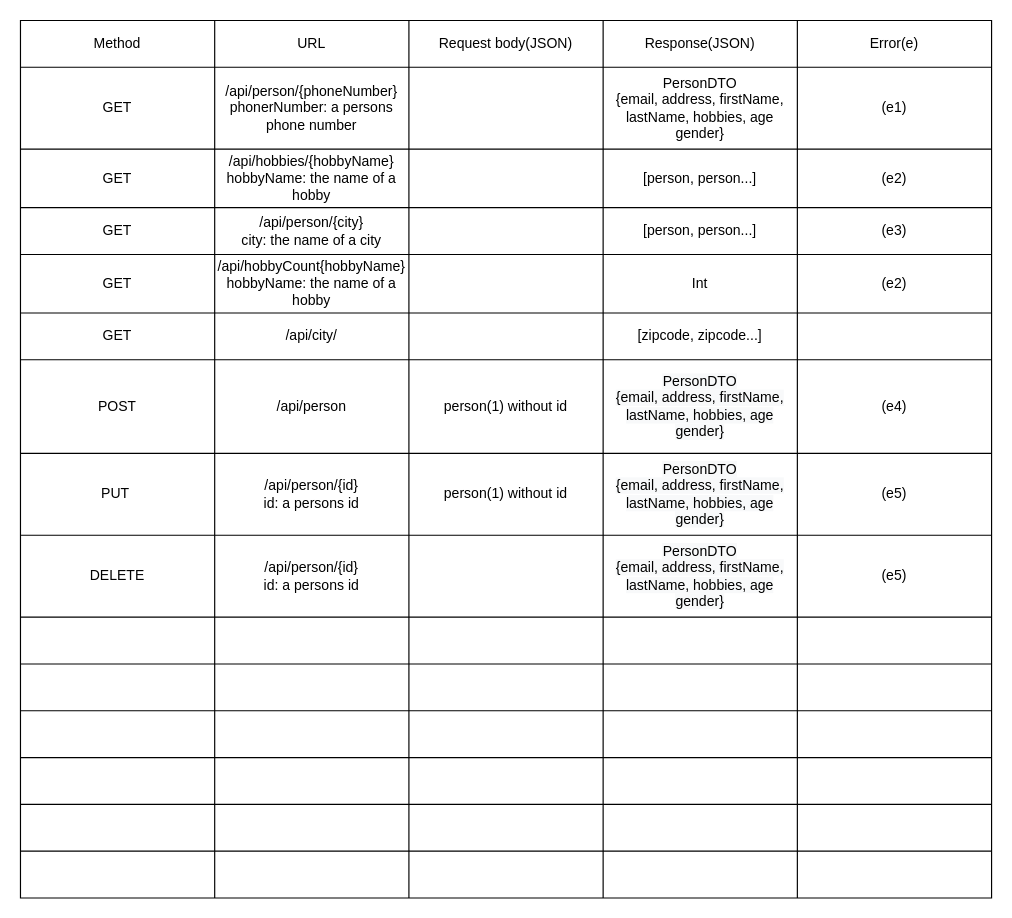
Above: src/main/resources/API-documentation.drawio in nk11-dat/CA-1 (draw.io), before the change. Source tidied: cells renumbered, new cells numbered last; positions are measured from the earlier drawing's top-left corner, leaving out a move shared by most shapes. Both pictures are drawn from the tidied source at 117%, with x=0, y=0 at pixel (20, 20).
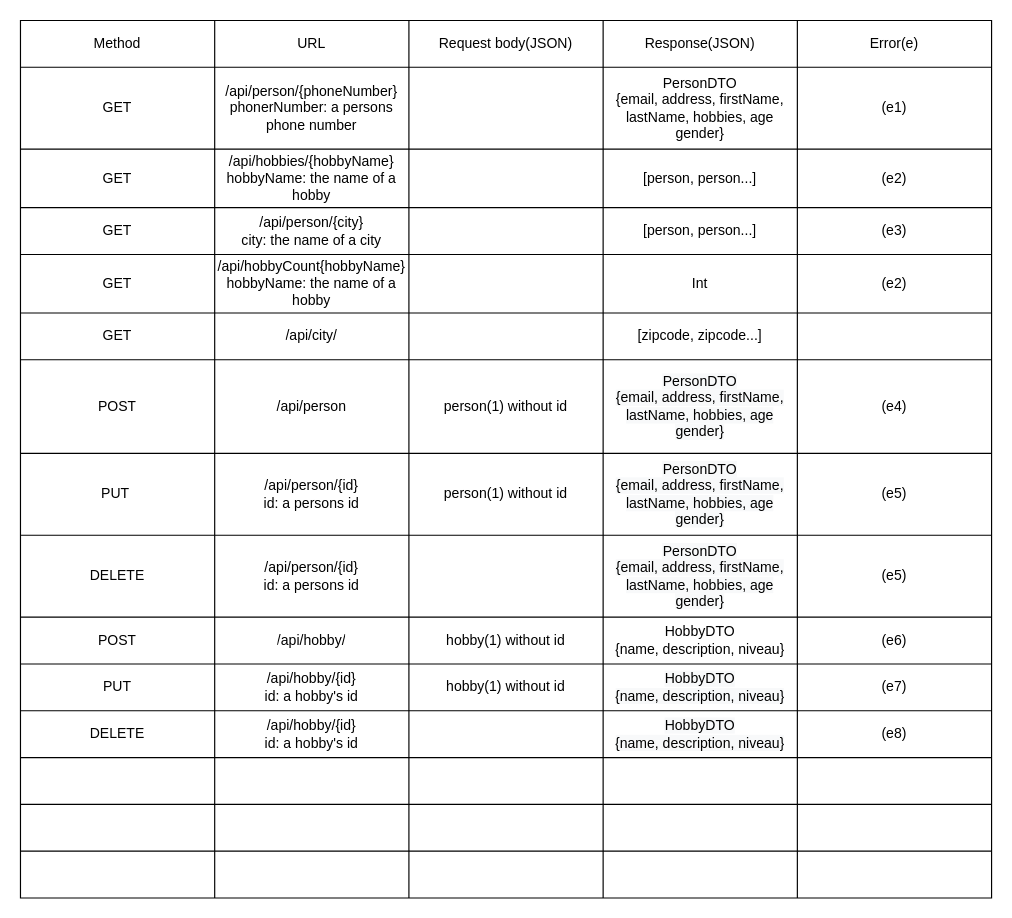
After the change.

Unchanged cells that the change refers to:
```xml
<mxCell id="57" style="shape=tableRow;horizontal=0;startSize=0;swimlaneHead=0;swimlaneBody=0;top=0;left=0;bottom=0;right=0;fillColor=none;" parent="2" vertex="1">
  <mxGeometry y="510" width="830" height="40" as="geometry" />
</mxCell>
<mxCell id="63" style="shape=tableRow;horizontal=0;startSize=0;swimlaneHead=0;swimlaneBody=0;top=0;left=0;bottom=0;right=0;fillColor=none;" parent="2" vertex="1">
  <mxGeometry y="550" width="830" height="40" as="geometry" />
</mxCell>
<mxCell id="69" style="shape=tableRow;horizontal=0;startSize=0;swimlaneHead=0;swimlaneBody=0;top=0;left=0;bottom=0;right=0;fillColor=none;" parent="2" vertex="1">
  <mxGeometry y="590" width="830" height="40" as="geometry" />
</mxCell>
```

Diff of the diagram source:
```diff
@@
-    <mxCell id="58" style="shape=partialRectangle;html=1;whiteSpace=wrap;overflow=hidden;fillColor=none;top=0;left=0;bottom=0;right=0;" parent="57" vertex="1">
+    <mxCell id="58" value="POST" style="shape=partialRectangle;html=1;whiteSpace=wrap;overflow=hidden;fillColor=none;top=0;left=0;bottom=0;right=0;" parent="57" vertex="1">
       <mxGeometry width="166" height="40" as="geometry" />
     </mxCell>
-    <mxCell id="59" style="shape=partialRectangle;html=1;whiteSpace=wrap;overflow=hidden;fillColor=none;top=0;left=0;bottom=0;right=0;" parent="57" vertex="1">
+    <mxCell id="59" value="/api/hobby/" style="shape=partialRectangle;html=1;whiteSpace=wrap;overflow=hidden;fillColor=none;top=0;left=0;bottom=0;right=0;" parent="57" vertex="1">
       <mxGeometry x="166" width="166" height="40" as="geometry" />
     </mxCell>
-    <mxCell id="60" style="shape=partialRectangle;html=1;whiteSpace=wrap;overflow=hidden;fillColor=none;top=0;left=0;bottom=0;right=0;" parent="57" vertex="1">
+    <mxCell id="60" value="hobby(1) without id" style="shape=partialRectangle;html=1;whiteSpace=wrap;overflow=hidden;fillColor=none;top=0;left=0;bottom=0;right=0;" parent="57" vertex="1">
       <mxGeometry x="332" width="166" height="40" as="geometry" />
     </mxCell>
-    <mxCell id="61" style="shape=partialRectangle;html=1;whiteSpace=wrap;overflow=hidden;fillColor=none;top=0;left=0;bottom=0;right=0;" parent="57" vertex="1">
+    <mxCell id="61" value="HobbyDTO&lt;br&gt;{name, description, niveau}" style="shape=partialRectangle;html=1;whiteSpace=wrap;overflow=hidden;fillColor=none;top=0;left=0;bottom=0;right=0;" parent="57" vertex="1">
       <mxGeometry x="498" width="166" height="40" as="geometry" />
     </mxCell>
-    <mxCell id="62" style="shape=partialRectangle;html=1;whiteSpace=wrap;overflow=hidden;fillColor=none;top=0;left=0;bottom=0;right=0;" parent="57" vertex="1">
+    <mxCell id="62" value="(e6)" style="shape=partialRectangle;html=1;whiteSpace=wrap;overflow=hidden;fillColor=none;top=0;left=0;bottom=0;right=0;" parent="57" vertex="1">
       <mxGeometry x="664" width="166" height="40" as="geometry" />
     </mxCell>
@@
-    <mxCell id="64" style="shape=partialRectangle;html=1;whiteSpace=wrap;overflow=hidden;fillColor=none;top=0;left=0;bottom=0;right=0;" parent="63" vertex="1">
+    <mxCell id="64" value="PUT" style="shape=partialRectangle;html=1;whiteSpace=wrap;overflow=hidden;fillColor=none;top=0;left=0;bottom=0;right=0;" parent="63" vertex="1">
       <mxGeometry width="166" height="40" as="geometry" />
     </mxCell>
-    <mxCell id="65" style="shape=partialRectangle;html=1;whiteSpace=wrap;overflow=hidden;fillColor=none;top=0;left=0;bottom=0;right=0;" parent="63" vertex="1">
+    <mxCell id="65" value="/api/hobby/{id}&lt;br&gt;id: a hobby's id" style="shape=partialRectangle;html=1;whiteSpace=wrap;overflow=hidden;fillColor=none;top=0;left=0;bottom=0;right=0;" parent="63" vertex="1">
       <mxGeometry x="166" width="166" height="40" as="geometry" />
     </mxCell>
-    <mxCell id="66" style="shape=partialRectangle;html=1;whiteSpace=wrap;overflow=hidden;fillColor=none;top=0;left=0;bottom=0;right=0;" parent="63" vertex="1">
+    <mxCell id="66" value="hobby(1) without id" style="shape=partialRectangle;html=1;whiteSpace=wrap;overflow=hidden;fillColor=none;top=0;left=0;bottom=0;right=0;" parent="63" vertex="1">
       <mxGeometry x="332" width="166" height="40" as="geometry" />
     </mxCell>
-    <mxCell id="67" style="shape=partialRectangle;html=1;whiteSpace=wrap;overflow=hidden;fillColor=none;top=0;left=0;bottom=0;right=0;" parent="63" vertex="1">
+    <mxCell id="67" value="&lt;span style=&quot;color: rgb(0, 0, 0); font-family: Helvetica; font-size: 12px; font-style: normal; font-variant-ligatures: normal; font-variant-caps: normal; font-weight: 400; letter-spacing: normal; orphans: 2; text-align: center; text-indent: 0px; text-transform: none; widows: 2; word-spacing: 0px; -webkit-text-stroke-width: 0px; background-color: rgb(248, 249, 250); text-decoration-thickness: initial; text-decoration-style: initial; text-decoration-color: initial; float: none; display: inline !important;&quot;&gt;HobbyDTO&lt;/span&gt;&lt;br style=&quot;color: rgb(0, 0, 0); font-family: Helvetica; font-size: 12px; font-style: normal; font-variant-ligatures: normal; font-variant-caps: normal; font-weight: 400; letter-spacing: normal; orphans: 2; text-align: center; text-indent: 0px; text-transform: none; widows: 2; word-spacing: 0px; -webkit-text-stroke-width: 0px; background-color: rgb(248, 249, 250); text-decoration-thickness: initial; text-decoration-style: initial; text-decoration-color: initial;&quot;&gt;&lt;span style=&quot;color: rgb(0, 0, 0); font-family: Helvetica; font-size: 12px; font-style: normal; font-variant-ligatures: normal; font-variant-caps: normal; font-weight: 400; letter-spacing: normal; orphans: 2; text-align: center; text-indent: 0px; text-transform: none; widows: 2; word-spacing: 0px; -webkit-text-stroke-width: 0px; background-color: rgb(248, 249, 250); text-decoration-thickness: initial; text-decoration-style: initial; text-decoration-color: initial; float: none; display: inline !important;&quot;&gt;{name, description, niveau}&lt;/span&gt;" style="shape=partialRectangle;html=1;whiteSpace=wrap;overflow=hidden;fillColor=none;top=0;left=0;bottom=0;right=0;" parent="63" vertex="1">
       <mxGeometry x="498" width="166" height="40" as="geometry" />
     </mxCell>
-    <mxCell id="68" style="shape=partialRectangle;html=1;whiteSpace=wrap;overflow=hidden;fillColor=none;top=0;left=0;bottom=0;right=0;" parent="63" vertex="1">
+    <mxCell id="68" value="(e7)" style="shape=partialRectangle;html=1;whiteSpace=wrap;overflow=hidden;fillColor=none;top=0;left=0;bottom=0;right=0;" parent="63" vertex="1">
       <mxGeometry x="664" width="166" height="40" as="geometry" />
     </mxCell>
@@
-    <mxCell id="70" style="shape=partialRectangle;html=1;whiteSpace=wrap;overflow=hidden;fillColor=none;top=0;left=0;bottom=0;right=0;" parent="69" vertex="1">
+    <mxCell id="70" value="DELETE" style="shape=partialRectangle;html=1;whiteSpace=wrap;overflow=hidden;fillColor=none;top=0;left=0;bottom=0;right=0;" parent="69" vertex="1">
       <mxGeometry width="166" height="40" as="geometry" />
     </mxCell>
-    <mxCell id="71" style="shape=partialRectangle;html=1;whiteSpace=wrap;overflow=hidden;fillColor=none;top=0;left=0;bottom=0;right=0;" parent="69" vertex="1">
+    <mxCell id="71" value="/api/hobby/{id}&lt;br&gt;id: a hobby's id" style="shape=partialRectangle;html=1;whiteSpace=wrap;overflow=hidden;fillColor=none;top=0;left=0;bottom=0;right=0;" parent="69" vertex="1">
       <mxGeometry x="166" width="166" height="40" as="geometry" />
     </mxCell>
@@
-    <mxCell id="73" style="shape=partialRectangle;html=1;whiteSpace=wrap;overflow=hidden;fillColor=none;top=0;left=0;bottom=0;right=0;" parent="69" vertex="1">
+    <mxCell id="73" value="&lt;span style=&quot;color: rgb(0, 0, 0); font-family: Helvetica; font-size: 12px; font-style: normal; font-variant-ligatures: normal; font-variant-caps: normal; font-weight: 400; letter-spacing: normal; orphans: 2; text-align: center; text-indent: 0px; text-transform: none; widows: 2; word-spacing: 0px; -webkit-text-stroke-width: 0px; background-color: rgb(248, 249, 250); text-decoration-thickness: initial; text-decoration-style: initial; text-decoration-color: initial; float: none; display: inline !important;&quot;&gt;HobbyDTO&lt;/span&gt;&lt;br style=&quot;color: rgb(0, 0, 0); font-family: Helvetica; font-size: 12px; font-style: normal; font-variant-ligatures: normal; font-variant-caps: normal; font-weight: 400; letter-spacing: normal; orphans: 2; text-align: center; text-indent: 0px; text-transform: none; widows: 2; word-spacing: 0px; -webkit-text-stroke-width: 0px; background-color: rgb(248, 249, 250); text-decoration-thickness: initial; text-decoration-style: initial; text-decoration-color: initial;&quot;&gt;&lt;span style=&quot;color: rgb(0, 0, 0); font-family: Helvetica; font-size: 12px; font-style: normal; font-variant-ligatures: normal; font-variant-caps: normal; font-weight: 400; letter-spacing: normal; orphans: 2; text-align: center; text-indent: 0px; text-transform: none; widows: 2; word-spacing: 0px; -webkit-text-stroke-width: 0px; background-color: rgb(248, 249, 250); text-decoration-thickness: initial; text-decoration-style: initial; text-decoration-color: initial; float: none; display: inline !important;&quot;&gt;{name, description, niveau}&lt;/span&gt;" style="shape=partialRectangle;html=1;whiteSpace=wrap;overflow=hidden;fillColor=none;top=0;left=0;bottom=0;right=0;" parent="69" vertex="1">
       <mxGeometry x="498" width="166" height="40" as="geometry" />
     </mxCell>
-    <mxCell id="74" style="shape=partialRectangle;html=1;whiteSpace=wrap;overflow=hidden;fillColor=none;top=0;left=0;bottom=0;right=0;" parent="69" vertex="1">
+    <mxCell id="74" value="(e8)" style="shape=partialRectangle;html=1;whiteSpace=wrap;overflow=hidden;fillColor=none;top=0;left=0;bottom=0;right=0;" parent="69" vertex="1">
       <mxGeometry x="664" width="166" height="40" as="geometry" />
     </mxCell>
```
